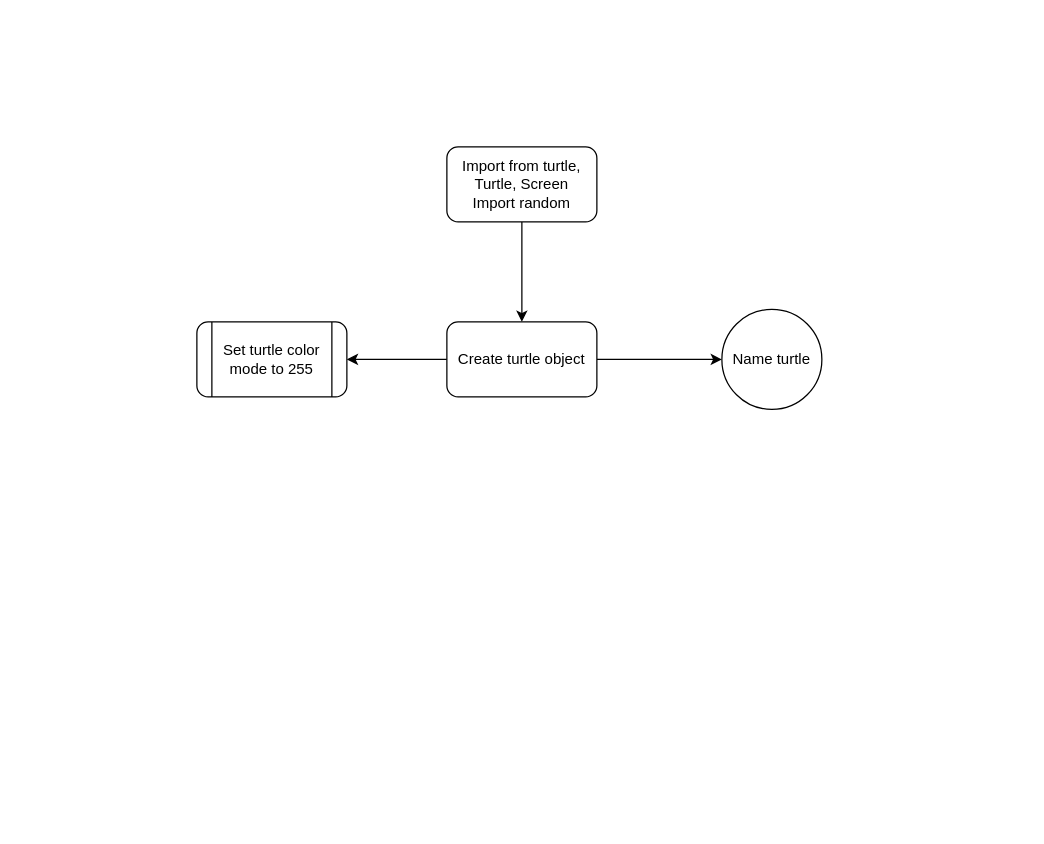
Earlier version of the draw.io diagram turtle_random_walk.drawio (Matasem-h/new_flowcharts). Source tidied: cells renumbered, new cells numbered last; positions are measured from the earlier drawing's top-left corner, leaving out a move shared by most shapes. Both pictures are drawn from the tidied source at 125%, with x=0, y=0 at pixel (196, 146).
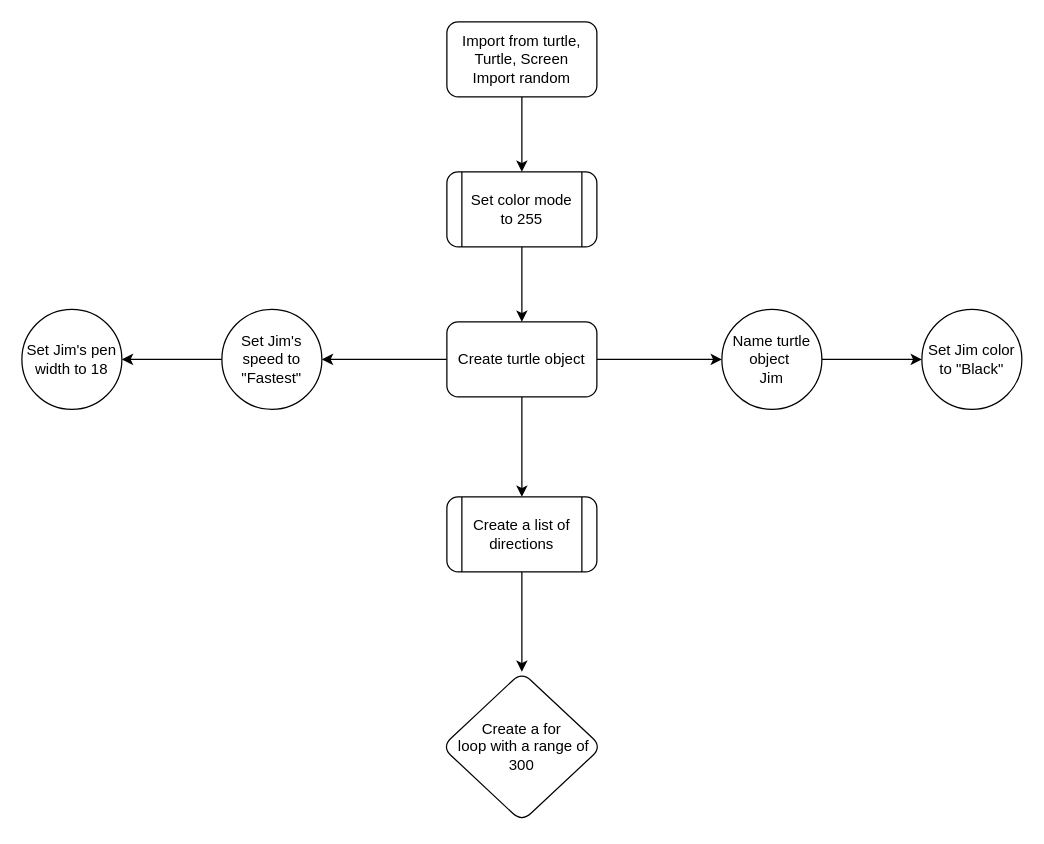
After the change.

What changed in the source:
```diff
@@
 <mxGraphModel>
   <root>
     <mxCell id="0" />
     <mxCell id="1" parent="0" />
-    <mxCell id="2" style="edgeStyle=orthogonalEdgeStyle;rounded=0;jettySize=auto;html=1;" parent="1" edge="1" source="3" target="6">
-      <mxGeometry relative="1" as="geometry" />
-    </mxCell>
+    <mxCell id="9" style="edgeStyle=orthogonalEdgeStyle;rounded=0;jettySize=auto;html=1;" parent="1" edge="1" source="3" target="15">
+      <mxGeometry relative="1" as="geometry" />
+    </mxCell>
     <mxCell id="3" value="&lt;div&gt;Import from turtle, Turtle, Screen&lt;/div&gt;&lt;div&gt;Import random&lt;br&gt;&lt;/div&gt;" style="rounded=1;whiteSpace=wrap;html=1;" parent="1" vertex="1">
-      <mxGeometry x="200" width="120" height="60" as="geometry" />
+      <mxGeometry x="200" y="-100" width="120" height="60" as="geometry" />
     </mxCell>
-    <mxCell id="4" style="edgeStyle=orthogonalEdgeStyle;rounded=0;jettySize=auto;html=1;" parent="1" edge="1" source="6" target="7">
-      <mxGeometry relative="1" as="geometry" />
-    </mxCell>
     <mxCell id="5" style="edgeStyle=orthogonalEdgeStyle;rounded=0;jettySize=auto;html=1;" parent="1" edge="1" source="6" target="8">
       <mxGeometry relative="1" as="geometry" />
     </mxCell>
+    <mxCell id="10" style="edgeStyle=orthogonalEdgeStyle;rounded=0;jettySize=auto;html=1;" parent="1" edge="1" source="6" target="17">
+      <mxGeometry relative="1" as="geometry" />
+    </mxCell>
+    <mxCell id="11" style="edgeStyle=orthogonalEdgeStyle;rounded=0;jettySize=auto;html=1;" parent="1" edge="1" source="6" target="20">
+      <mxGeometry relative="1" as="geometry" />
+    </mxCell>
     <mxCell id="6" value="Create turtle object" style="whiteSpace=wrap;html=1;rounded=1;" parent="1" vertex="1">
       <mxGeometry x="200" y="140" width="120" height="60" as="geometry" />
     </mxCell>
-    <mxCell id="7" value="&lt;div&gt;Set turtle color mode to 255&lt;/div&gt;" style="shape=process;whiteSpace=wrap;html=1;backgroundOutline=1;rounded=1;" parent="1" vertex="1">
-      <mxGeometry y="140" width="120" height="60" as="geometry" />
-    </mxCell>
+    <mxCell id="12" style="edgeStyle=orthogonalEdgeStyle;rounded=0;jettySize=auto;html=1;" parent="1" edge="1" source="8" target="13">
+      <mxGeometry relative="1" as="geometry" />
+    </mxCell>
-    <mxCell id="8" value="Name turtle" style="ellipse;whiteSpace=wrap;html=1;rounded=1;" parent="1" vertex="1">
+    <mxCell id="8" value="&lt;div&gt;Name turtle object&amp;nbsp;&lt;/div&gt;&lt;div&gt;Jim&lt;/div&gt;" style="ellipse;whiteSpace=wrap;html=1;rounded=1;" parent="1" vertex="1">
       <mxGeometry x="420" y="130" width="80" height="80" as="geometry" />
     </mxCell>
+    <mxCell id="13" value="Set Jim color to &quot;Black&quot;" style="ellipse;whiteSpace=wrap;html=1;rounded=1;" parent="1" vertex="1">
+      <mxGeometry x="580" y="130" width="80" height="80" as="geometry" />
+    </mxCell>
+    <mxCell id="14" style="edgeStyle=orthogonalEdgeStyle;rounded=0;jettySize=auto;html=1;" parent="1" edge="1" source="15" target="6">
+      <mxGeometry relative="1" as="geometry" />
+    </mxCell>
+    <mxCell id="15" value="&lt;div&gt;Set color mode to 255&lt;/div&gt;" style="shape=process;whiteSpace=wrap;html=1;backgroundOutline=1;rounded=1;" parent="1" vertex="1">
+      <mxGeometry x="200" y="20" width="120" height="60" as="geometry" />
+    </mxCell>
+    <mxCell id="16" style="edgeStyle=orthogonalEdgeStyle;rounded=0;jettySize=auto;html=1;" parent="1" edge="1" source="17" target="18">
+      <mxGeometry relative="1" as="geometry" />
+    </mxCell>
+    <mxCell id="17" value="Set Jim's speed to&lt;br&gt;&quot;Fastest&quot;" style="ellipse;whiteSpace=wrap;html=1;rounded=1;" parent="1" vertex="1">
+      <mxGeometry x="20" y="130" width="80" height="80" as="geometry" />
+    </mxCell>
+    <mxCell id="18" value="Set Jim's pen width to 18" style="ellipse;whiteSpace=wrap;html=1;rounded=1;" parent="1" vertex="1">
+      <mxGeometry x="-140" y="130" width="80" height="80" as="geometry" />
+    </mxCell>
+    <mxCell id="19" style="edgeStyle=orthogonalEdgeStyle;rounded=0;jettySize=auto;html=1;" parent="1" edge="1" source="20" target="21">
+      <mxGeometry relative="1" as="geometry" />
+    </mxCell>
+    <mxCell id="20" value="Create a list of directions" style="shape=process;whiteSpace=wrap;html=1;backgroundOutline=1;rounded=1;" parent="1" vertex="1">
+      <mxGeometry x="200" y="280" width="120" height="60" as="geometry" />
+    </mxCell>
+    <mxCell id="21" value="&lt;div&gt;Create a for&lt;/div&gt;&lt;div&gt;&amp;nbsp;loop with a range of 300&lt;/div&gt;" style="rhombus;whiteSpace=wrap;html=1;rounded=1;" parent="1" vertex="1">
+      <mxGeometry x="196" y="420" width="128" height="120" as="geometry" />
+    </mxCell>
   </root>
 </mxGraphModel>
```
